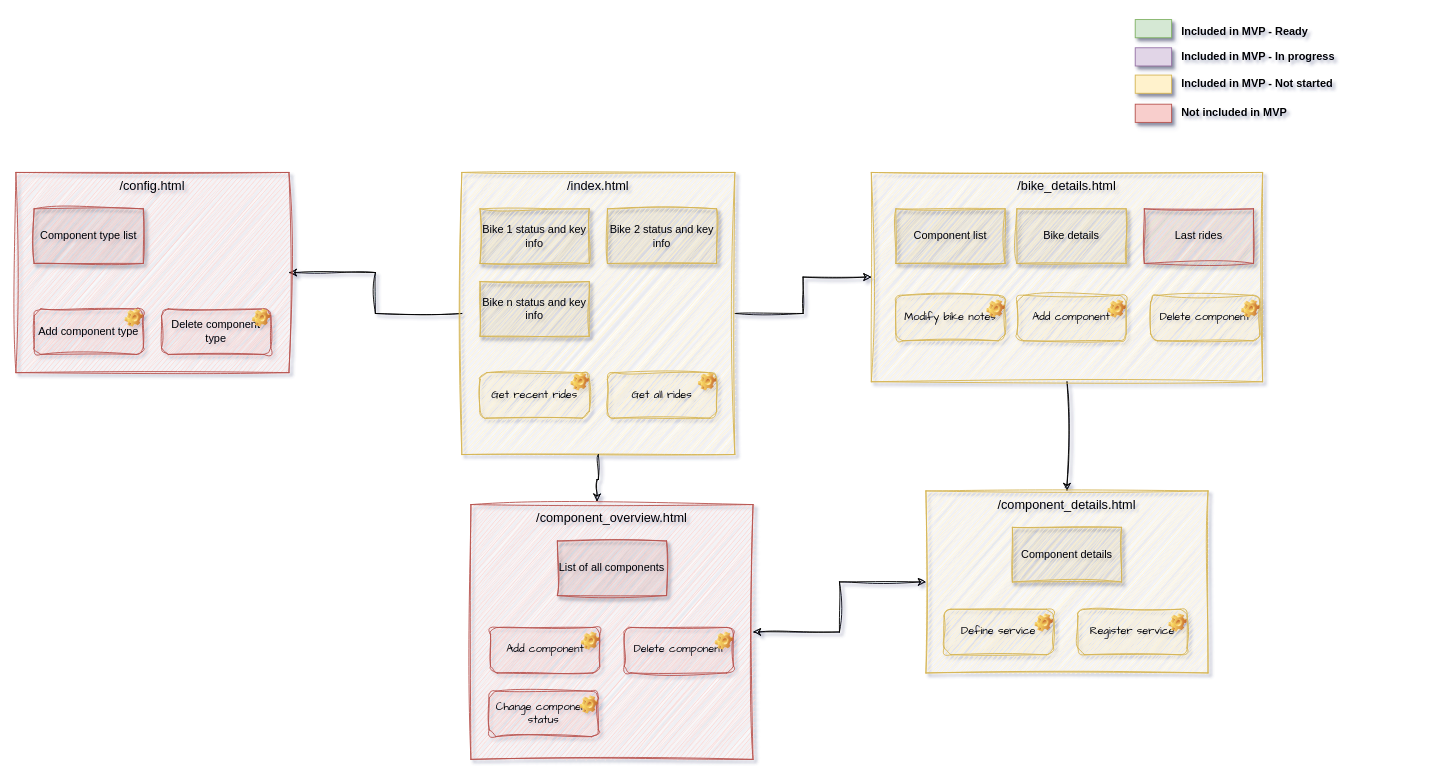
xivind/velo-supervisor-2000 keeps this draw.io diagram as page "Desktop GUI" (4 of 5) of docs/all_diagrams.drawio. Above is the earlier version. Source tidied: cells renumbered, new cells numbered last; positions are measured from the earlier drawing's top-left corner, leaving out a move shared by most shapes. Both pictures are drawn from the tidied source at 91%, with x=0, y=0 at pixel (15, 17).
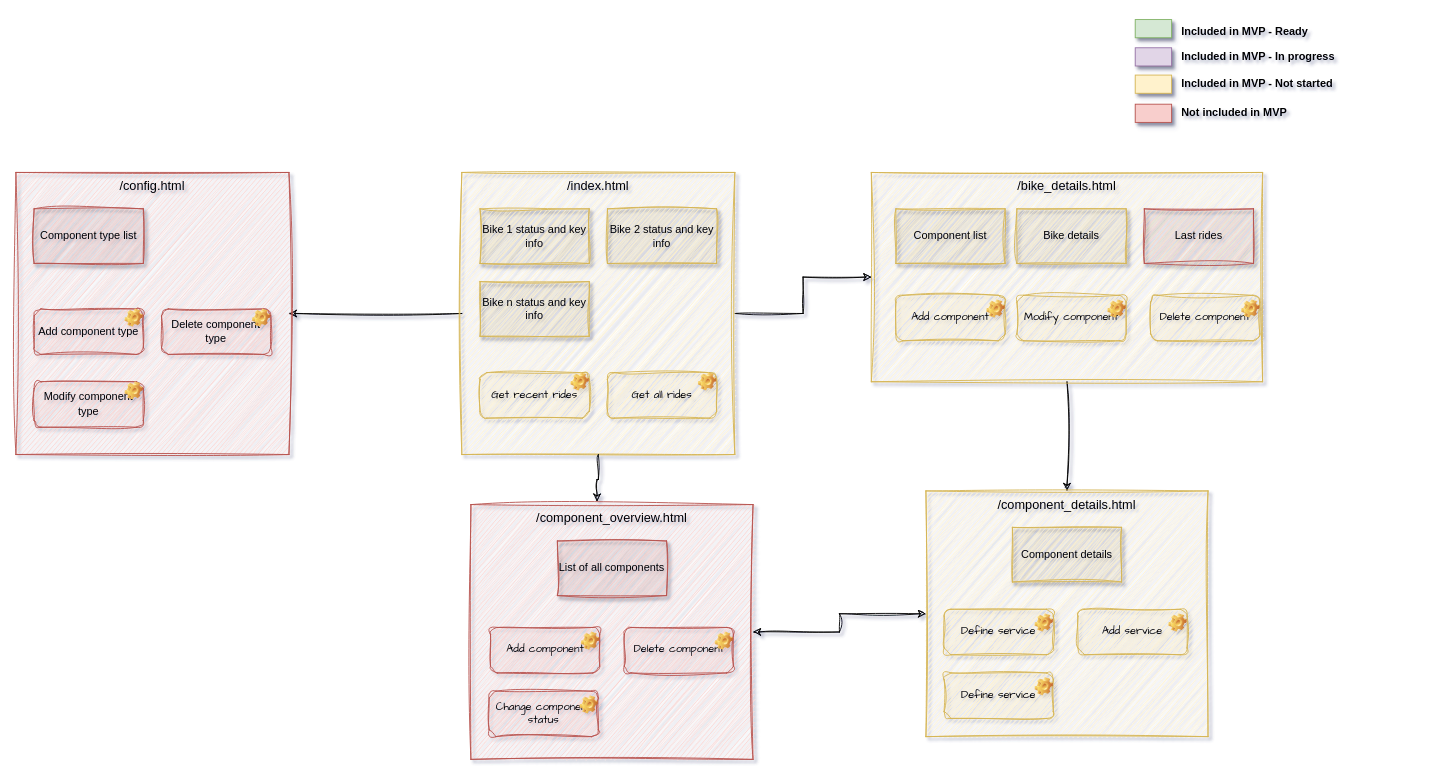
After the change.

Commit message:
Changes desktop gui

The edit, as a diff of the source:
```diff
@@
     <mxCell id="17" value="/config.html" style="rounded=0;whiteSpace=wrap;html=1;sketch=1;curveFitting=1;jiggle=2;verticalAlign=top;fontSize=14;fillColor=#f8cecc;strokeColor=#b85450;" parent="1" vertex="1">
-      <mxGeometry y="170" width="300" height="220" as="geometry" />
+      <mxGeometry y="170" width="300" height="310" as="geometry" />
     </mxCell>
@@
-    <mxCell id="23" value="Modify bike notes" style="rounded=1;whiteSpace=wrap;html=1;sketch=1;hachureGap=4;jiggle=2;curveFitting=1;fontFamily=Architects Daughter;fillColor=#fff2cc;strokeColor=#d6b656;" parent="1" vertex="1">
+    <mxCell id="23" value="Add component" style="rounded=1;whiteSpace=wrap;html=1;sketch=1;hachureGap=4;jiggle=2;curveFitting=1;fontFamily=Architects Daughter;fillColor=#fff2cc;strokeColor=#d6b656;" parent="1" vertex="1">
       <mxGeometry x="967" y="305" width="120" height="50" as="geometry" />
     </mxCell>
@@
     <mxCell id="25" value="/component_details.html" style="rounded=0;whiteSpace=wrap;html=1;sketch=1;curveFitting=1;jiggle=2;verticalAlign=top;fontSize=14;fillColor=#fff2cc;strokeColor=#d6b656;" parent="1" vertex="1">
-      <mxGeometry x="1000" y="520" width="310" height="200" as="geometry" />
+      <mxGeometry x="1000" y="520" width="310" height="270" as="geometry" />
     </mxCell>
@@
-    <mxCell id="28" value="Register service" style="rounded=1;whiteSpace=wrap;html=1;sketch=1;hachureGap=4;jiggle=2;curveFitting=1;fontFamily=Architects Daughter;fillColor=#fff2cc;strokeColor=#d6b656;" parent="1" vertex="1">
+    <mxCell id="28" value="Add service" style="rounded=1;whiteSpace=wrap;html=1;sketch=1;hachureGap=4;jiggle=2;curveFitting=1;fontFamily=Architects Daughter;fillColor=#fff2cc;strokeColor=#d6b656;" parent="1" vertex="1">
       <mxGeometry x="1167" y="650" width="120" height="50" as="geometry" />
     </mxCell>
@@
-    <mxCell id="34" value="Add component" style="rounded=1;whiteSpace=wrap;html=1;sketch=1;hachureGap=4;jiggle=2;curveFitting=1;fontFamily=Architects Daughter;fillColor=#fff2cc;strokeColor=#d6b656;" parent="1" vertex="1">
+    <mxCell id="34" value="Modify component" style="rounded=1;whiteSpace=wrap;html=1;sketch=1;hachureGap=4;jiggle=2;curveFitting=1;fontFamily=Architects Daughter;fillColor=#fff2cc;strokeColor=#d6b656;" parent="1" vertex="1">
       <mxGeometry x="1100" y="305" width="120" height="50" as="geometry" />
     </mxCell>
@@
+    <mxCell id="53" value="&lt;span style=&quot;font-family: Helvetica;&quot;&gt;Modify component type&lt;/span&gt;" style="rounded=1;whiteSpace=wrap;html=1;sketch=1;hachureGap=4;jiggle=2;curveFitting=1;fontFamily=Architects Daughter;fillColor=#f8cecc;strokeColor=#b85450;" parent="1" vertex="1">
+      <mxGeometry x="20" y="400" width="120" height="50" as="geometry" />
+    </mxCell>
+    <mxCell id="54" style="shape=image;html=1;verticalLabelPosition=bottom;verticalAlign=top;imageAspect=0;image=img/clipart/Gear_128x128.png;sketch=1;hachureGap=4;jiggle=2;curveFitting=1;fontFamily=Architects Daughter;fillColor=#f8cecc;strokeColor=#b85450;" parent="1" vertex="1">
+      <mxGeometry x="120" y="400" width="20" height="20" as="geometry" />
+    </mxCell>
+    <mxCell id="55" value="Define service" style="rounded=1;whiteSpace=wrap;html=1;sketch=1;hachureGap=4;jiggle=2;curveFitting=1;fontFamily=Architects Daughter;fillColor=#fff2cc;strokeColor=#d6b656;" parent="1" vertex="1">
+      <mxGeometry x="1020" y="720" width="120" height="50" as="geometry" />
+    </mxCell>
+    <mxCell id="56" style="shape=image;html=1;verticalLabelPosition=bottom;verticalAlign=top;imageAspect=0;image=img/clipart/Gear_128x128.png;sketch=1;hachureGap=4;jiggle=2;curveFitting=1;fontFamily=Architects Daughter;fillColor=#fff2cc;strokeColor=#d6b656;" parent="1" vertex="1">
+      <mxGeometry x="1120" y="725" width="20" height="20" as="geometry" />
+    </mxCell>
```
